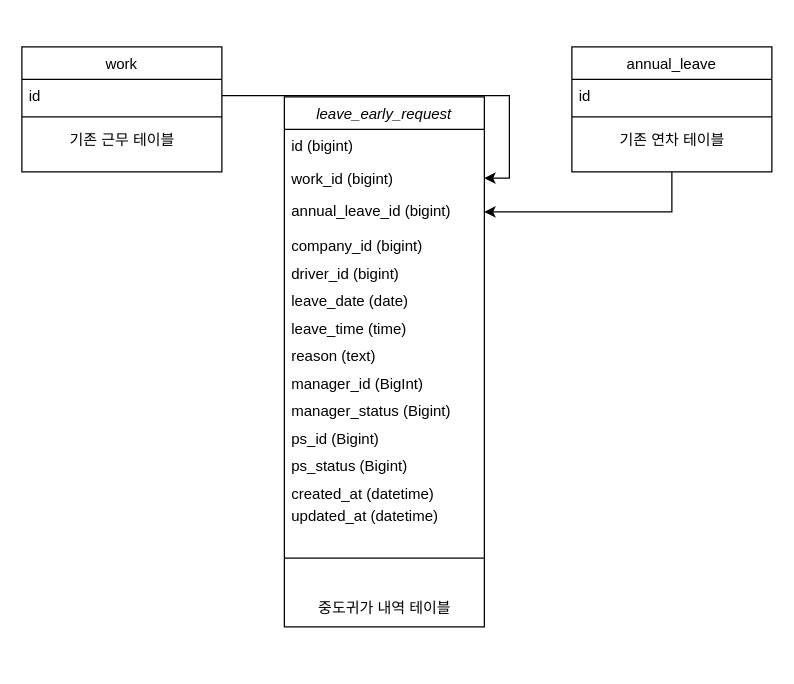
Earlier version of the draw.io diagram leaveEalry/leave_early_request.drawio (kikii-develope/system_architecture_design). Source tidied: cells renumbered, new cells numbered last; positions are measured from the earlier drawing's top-left corner, leaving out a move shared by most shapes. Both pictures are drawn from the tidied source at 125%, with x=0, y=0 at pixel (21, 46).
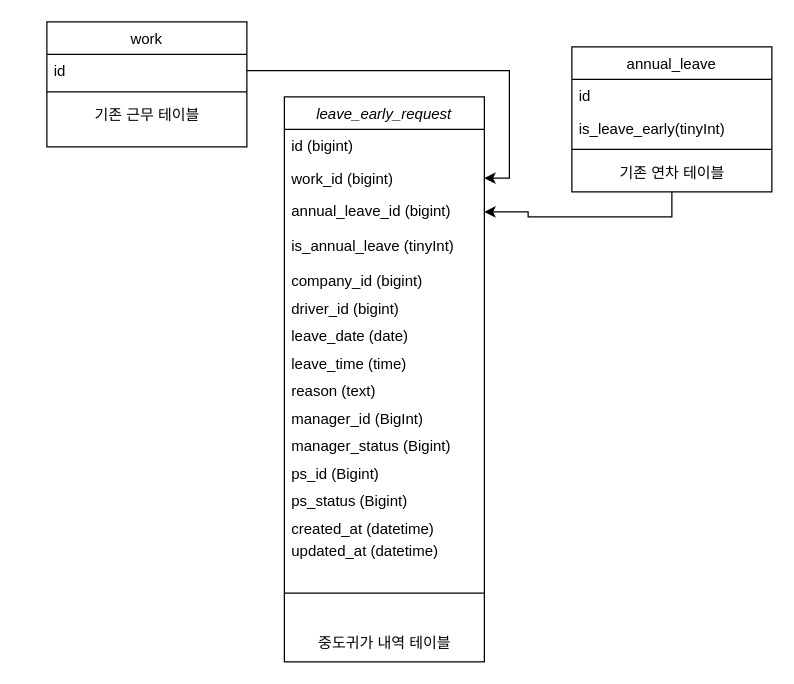
The same diagram, later.

The edit, as a diff of the source:
```diff
@@
     <mxCell id="2" value="leave_early_request" style="swimlane;fontStyle=2;align=center;verticalAlign=top;horizontal=1;startSize=26;rounded=0;shadow=0;strokeWidth=1;" parent="1" vertex="1">
-      <mxGeometry x="210" y="40" width="160" height="424" as="geometry" />
+      <mxGeometry x="210" y="40" width="160" height="452" as="geometry" />
     </mxCell>
@@
+    <mxCell id="29" value="is_annual_leave (tinyInt)" style="text;align=left;verticalAlign=top;spacingLeft=4;spacingRight=4;overflow=hidden;rounded=0;shadow=0;html=0;" parent="2" vertex="1">
+      <mxGeometry y="106" width="160" height="28" as="geometry" />
+    </mxCell>
     <mxCell id="6" value="company_id (bigint)" style="text;align=left;verticalAlign=top;spacingLeft=4;spacingRight=4;overflow=hidden;rounded=0;shadow=0;html=0;" parent="2" vertex="1">
-      <mxGeometry y="106" width="160" height="22" as="geometry" />
+      <mxGeometry y="134" width="160" height="22" as="geometry" />
     </mxCell>
     <mxCell id="7" value="driver_id (bigint)" style="text;align=left;verticalAlign=top;spacingLeft=4;spacingRight=4;overflow=hidden;rounded=0;shadow=0;html=0;" parent="2" vertex="1">
-      <mxGeometry y="128" width="160" height="22" as="geometry" />
+      <mxGeometry y="156" width="160" height="22" as="geometry" />
     </mxCell>
     <mxCell id="8" value="leave_date (date)" style="text;align=left;verticalAlign=top;spacingLeft=4;spacingRight=4;overflow=hidden;rounded=0;shadow=0;html=0;" parent="2" vertex="1">
-      <mxGeometry y="150" width="160" height="22" as="geometry" />
+      <mxGeometry y="178" width="160" height="22" as="geometry" />
     </mxCell>
     <mxCell id="9" value="leave_time (time)" style="text;align=left;verticalAlign=top;spacingLeft=4;spacingRight=4;overflow=hidden;rounded=0;shadow=0;html=0;" parent="2" vertex="1">
-      <mxGeometry y="172" width="160" height="22" as="geometry" />
+      <mxGeometry y="200" width="160" height="22" as="geometry" />
     </mxCell>
     <mxCell id="10" value="reason (text)                   " style="text;align=left;verticalAlign=top;spacingLeft=4;spacingRight=4;overflow=hidden;rounded=0;shadow=0;html=0;" parent="2" vertex="1">
-      <mxGeometry y="194" width="160" height="22" as="geometry" />
+      <mxGeometry y="222" width="160" height="22" as="geometry" />
     </mxCell>
     <mxCell id="11" value="manager_id (BigInt)" style="text;align=left;verticalAlign=top;spacingLeft=4;spacingRight=4;overflow=hidden;rounded=0;shadow=0;html=0;" parent="2" vertex="1">
-      <mxGeometry y="216" width="160" height="22" as="geometry" />
+      <mxGeometry y="244" width="160" height="22" as="geometry" />
     </mxCell>
     <mxCell id="12" value="manager_status (Bigint)" style="text;align=left;verticalAlign=top;spacingLeft=4;spacingRight=4;overflow=hidden;rounded=0;shadow=0;html=0;" parent="2" vertex="1">
-      <mxGeometry y="238" width="160" height="22" as="geometry" />
+      <mxGeometry y="266" width="160" height="22" as="geometry" />
     </mxCell>
     <mxCell id="13" value="ps_id (Bigint)" style="text;align=left;verticalAlign=top;spacingLeft=4;spacingRight=4;overflow=hidden;rounded=0;shadow=0;html=0;" parent="2" vertex="1">
-      <mxGeometry y="260" width="160" height="22" as="geometry" />
+      <mxGeometry y="288" width="160" height="22" as="geometry" />
     </mxCell>
     <mxCell id="14" value="ps_status (Bigint)" style="text;align=left;verticalAlign=top;spacingLeft=4;spacingRight=4;overflow=hidden;rounded=0;shadow=0;html=0;" parent="2" vertex="1">
-      <mxGeometry y="282" width="160" height="22" as="geometry" />
+      <mxGeometry y="310" width="160" height="22" as="geometry" />
     </mxCell>
     <mxCell id="15" value="created_at (datetime)" style="text;align=left;verticalAlign=top;spacingLeft=4;spacingRight=4;overflow=hidden;rounded=0;shadow=0;html=0;" parent="2" vertex="1">
-      <mxGeometry y="304" width="160" height="18" as="geometry" />
+      <mxGeometry y="332" width="160" height="18" as="geometry" />
     </mxCell>
     <mxCell id="16" value="updated_at (datetime)" style="text;align=left;verticalAlign=top;spacingLeft=4;spacingRight=4;overflow=hidden;rounded=0;shadow=0;html=0;" parent="2" vertex="1">
-      <mxGeometry y="322" width="160" height="22" as="geometry" />
+      <mxGeometry y="350" width="160" height="22" as="geometry" />
     </mxCell>
     <mxCell id="17" style="line;html=1;strokeWidth=1;align=left;verticalAlign=middle;spacingTop=-1;spacingLeft=3;spacingRight=3;labelPosition=right;" parent="2" vertex="1">
-      <mxGeometry y="344" width="160" height="50" as="geometry" />
+      <mxGeometry y="372" width="160" height="50" as="geometry" />
     </mxCell>
     <mxCell id="18" value="중도귀가 내역 테이블" style="text;html=1;align=center;verticalAlign=middle;strokeColor=none;fillColor=none;" parent="2" vertex="1">
-      <mxGeometry y="394" width="160" height="30" as="geometry" />
+      <mxGeometry y="422" width="160" height="30" as="geometry" />
     </mxCell>
@@
     <mxCell id="20" value="annual_leave" style="swimlane;fontStyle=0;align=center;verticalAlign=top;horizontal=1;startSize=26;rounded=0;shadow=0;strokeWidth=1;" parent="1" vertex="1">
-      <mxGeometry x="440" width="160" height="100" as="geometry" />
+      <mxGeometry x="440" width="160" height="116" as="geometry" />
     </mxCell>
@@
+    <mxCell id="30" value="is_leave_early(tinyInt)" style="text;align=left;verticalAlign=top;spacingLeft=4;spacingRight=4;overflow=hidden;" parent="20" vertex="1">
+      <mxGeometry y="52" width="160" height="26" as="geometry" />
+    </mxCell>
     <mxCell id="22" style="line;html=1;strokeWidth=1;align=left;verticalAlign=middle;spacingTop=-1;spacingLeft=3;spacingRight=3;labelPosition=right;" parent="20" vertex="1">
-      <mxGeometry y="52" width="160" height="8" as="geometry" />
+      <mxGeometry y="78" width="160" height="8" as="geometry" />
     </mxCell>
     <mxCell id="23" value="기존 연차 테이블" style="text;html=1;align=center;verticalAlign=middle;strokeColor=none;fillColor=none;" parent="20" vertex="1">
-      <mxGeometry y="60" width="160" height="30" as="geometry" />
+      <mxGeometry y="86" width="160" height="30" as="geometry" />
     </mxCell>
     <mxCell id="24" value="work" style="swimlane;fontStyle=0;align=center;verticalAlign=top;horizontal=1;startSize=26;rounded=0;shadow=0;strokeWidth=1;" parent="1" vertex="1">
-      <mxGeometry width="160" height="100" as="geometry" />
+      <mxGeometry x="20" y="-20" width="160" height="100" as="geometry" />
     </mxCell>
```
